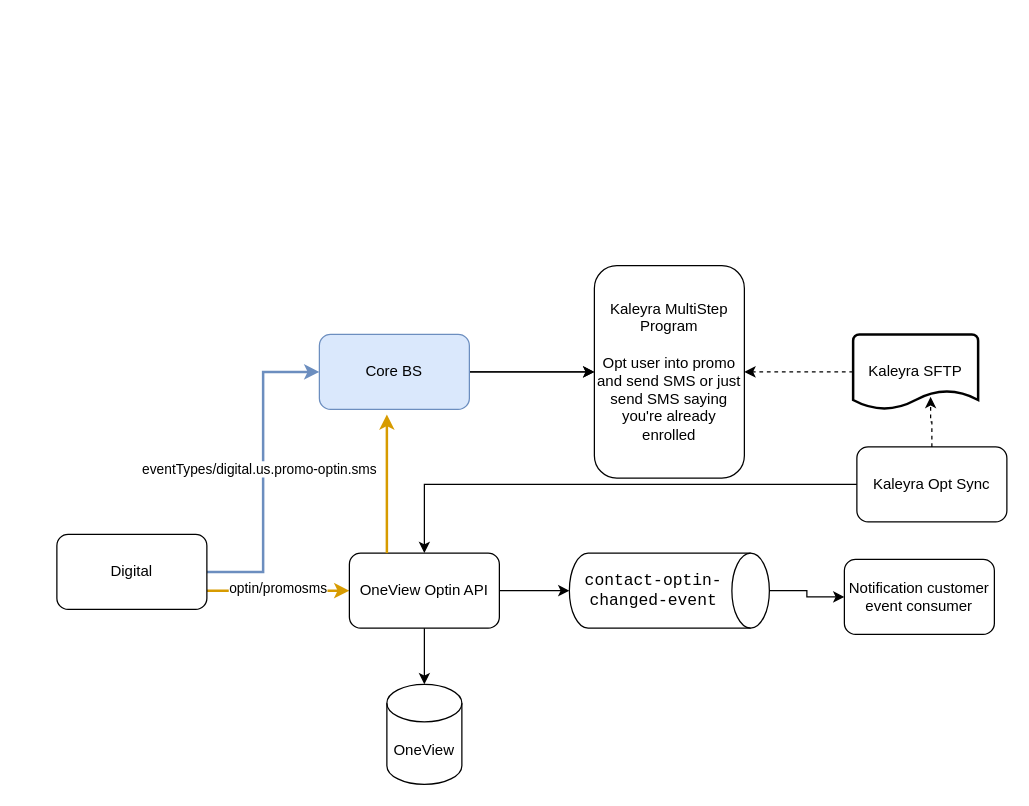
Before: drawings/Digital Optin integration.drawio in AarellanoH/draw_io, a draw.io diagram. Source tidied: cells renumbered, new cells numbered last; positions are measured from the earlier drawing's top-left corner, leaving out a move shared by most shapes. Both pictures are drawn from the tidied source at 125%, with x=0, y=0 at pixel (56, 265).
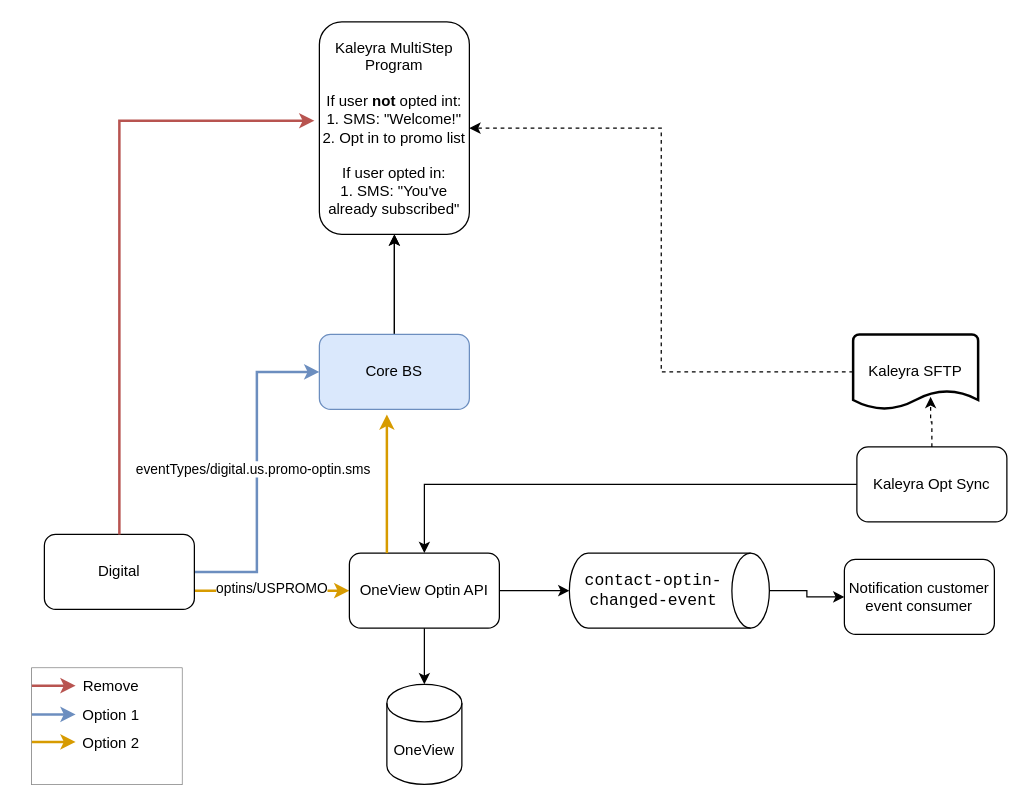
After the change.

The change refers to these unchanged cells:
```xml
<mxCell id="7" style="edgeStyle=orthogonalEdgeStyle;rounded=0;jettySize=auto;html=1;exitX=1;exitY=0.75;exitDx=0;exitDy=0;fillColor=#ffe6cc;strokeColor=#d79b00;strokeWidth=2;" parent="1" edge="1" source="9" target="17">
  <mxGeometry relative="1" as="geometry" />
</mxCell>
```

Change to the diagram source:
```diff
@@
+    <mxCell id="24" style="group;fillColor=#f5f5f5;fillStyle=solid;strokeColor=#666666;fontColor=#333333;" parent="1" vertex="1">
+      <mxGeometry x="-20" y="322" width="120" height="93" as="geometry" />
+    </mxCell>
+    <mxCell id="25" style="group;fillColor=default;" parent="24" vertex="1">
+      <mxGeometry width="120" height="93" as="geometry" />
+    </mxCell>
+    <mxCell id="26" style="edgeStyle=orthogonalEdgeStyle;rounded=0;orthogonalLoop=1;jettySize=auto;html=1;fillColor=#f8cecc;strokeColor=#b85450;strokeWidth=2;" parent="25" edge="1">
+      <mxGeometry relative="1" as="geometry">
+        <mxPoint y="14" as="sourcePoint" />
+        <mxPoint x="35" y="14" as="targetPoint" />
+        <Array as="points">
+          <mxPoint y="14" />
+        </Array>
+      </mxGeometry>
+    </mxCell>
+    <mxCell id="27" value="Remove" style="text;html=1;align=center;verticalAlign=middle;whiteSpace=wrap;rounded=0;" parent="25" vertex="1">
+      <mxGeometry x="39" width="49" height="30" as="geometry" />
+    </mxCell>
+    <mxCell id="28" style="group;" parent="25" vertex="1">
+      <mxGeometry y="23" width="120" height="70" as="geometry" />
+    </mxCell>
+    <mxCell id="29" style="edgeStyle=orthogonalEdgeStyle;rounded=0;orthogonalLoop=1;jettySize=auto;html=1;fillColor=#dae8fc;strokeColor=#6c8ebf;strokeWidth=2;" parent="28" edge="1">
+      <mxGeometry relative="1" as="geometry">
+        <mxPoint y="14" as="sourcePoint" />
+        <mxPoint x="35" y="14" as="targetPoint" />
+        <Array as="points">
+          <mxPoint y="14" />
+        </Array>
+      </mxGeometry>
+    </mxCell>
+    <mxCell id="30" value="Option 1" style="text;html=1;align=center;verticalAlign=middle;whiteSpace=wrap;rounded=0;" parent="28" vertex="1">
+      <mxGeometry x="39" width="49" height="30" as="geometry" />
+    </mxCell>
+    <mxCell id="31" style="group;" parent="24" vertex="1">
+      <mxGeometry y="45" width="88" height="30" as="geometry" />
+    </mxCell>
+    <mxCell id="32" style="edgeStyle=orthogonalEdgeStyle;rounded=0;orthogonalLoop=1;jettySize=auto;html=1;fillColor=#ffe6cc;strokeColor=#d79b00;strokeWidth=2;" parent="31" edge="1">
+      <mxGeometry relative="1" as="geometry">
+        <mxPoint y="14" as="sourcePoint" />
+        <mxPoint x="35" y="14" as="targetPoint" />
+        <Array as="points">
+          <mxPoint y="14" />
+        </Array>
+      </mxGeometry>
+    </mxCell>
+    <mxCell id="33" value="Option 2" style="text;html=1;align=center;verticalAlign=middle;whiteSpace=wrap;rounded=0;" parent="31" vertex="1">
+      <mxGeometry x="39" width="49" height="30" as="geometry" />
+    </mxCell>
@@
-    <mxCell id="8" value="optin/promosms" style="edgeLabel;html=1;align=center;verticalAlign=middle;" parent="7" vertex="1">
+    <mxCell id="8" value="optins/USPROMO" style="edgeLabel;html=1;align=center;verticalAlign=middle;" parent="7" vertex="1">
       <mxGeometry x="-0.02" y="3" relative="1" as="geometry" />
     </mxCell>
     <mxCell id="9" value="Digital" style="rounded=1;whiteSpace=wrap;html=1;" parent="1" vertex="1">
-      <mxGeometry y="215" width="120" height="60" as="geometry" />
+      <mxGeometry x="-10" y="215" width="120" height="60" as="geometry" />
     </mxCell>
-    <mxCell id="10" value="Kaleyra MultiStep&lt;div&gt;Program&lt;/div&gt;&lt;div&gt;&lt;br&gt;&lt;/div&gt;&lt;div&gt;Opt user into promo and send SMS or just send SMS saying you're already enrolled&lt;/div&gt;" style="rounded=1;whiteSpace=wrap;html=1;" parent="1" vertex="1">
-      <mxGeometry x="430" width="120" height="170" as="geometry" />
+    <mxCell id="10" value="Kaleyra MultiStep&lt;div&gt;Program&lt;/div&gt;&lt;div&gt;&lt;br&gt;&lt;/div&gt;&lt;div&gt;&lt;div&gt;If user&amp;nbsp;&lt;b&gt;not&amp;nbsp;&lt;/b&gt;opted int:&lt;/div&gt;&lt;div&gt;1. SMS: &quot;Welcome!&quot;&lt;/div&gt;&lt;div&gt;2. Opt in to promo list&lt;br&gt;&lt;br&gt;&lt;/div&gt;If user opted in:&lt;/div&gt;&lt;div&gt;1. SMS: &quot;You've already subscribed&quot;&lt;/div&gt;" style="rounded=1;whiteSpace=wrap;html=1;" parent="1" vertex="1">
+      <mxGeometry x="210" y="-195" width="120" height="170" as="geometry" />
     </mxCell>
@@
+    <mxCell id="34" style="edgeStyle=orthogonalEdgeStyle;rounded=0;jettySize=auto;html=1;entryX=-0.033;entryY=0.465;entryDx=0;entryDy=0;entryPerimeter=0;fillColor=#f8cecc;strokeColor=#b85450;strokeWidth=2;" parent="1" edge="1" source="9" target="10">
+      <mxGeometry relative="1" as="geometry">
+        <Array as="points">
+          <mxPoint x="50" y="-116" />
+        </Array>
+      </mxGeometry>
+    </mxCell>
```
